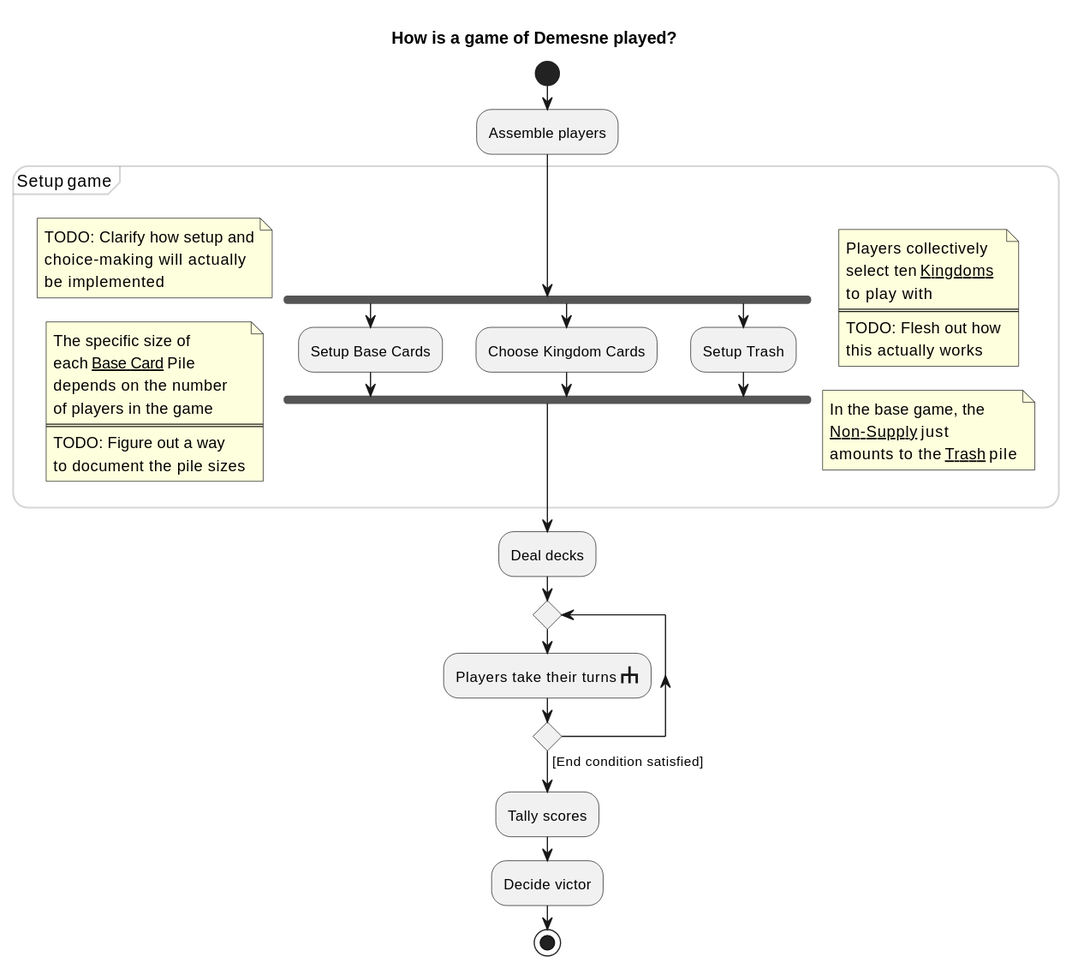
Before: diagrams/game-activity.svg, a diagram exported from PlantUML (qwwqe/demesne).
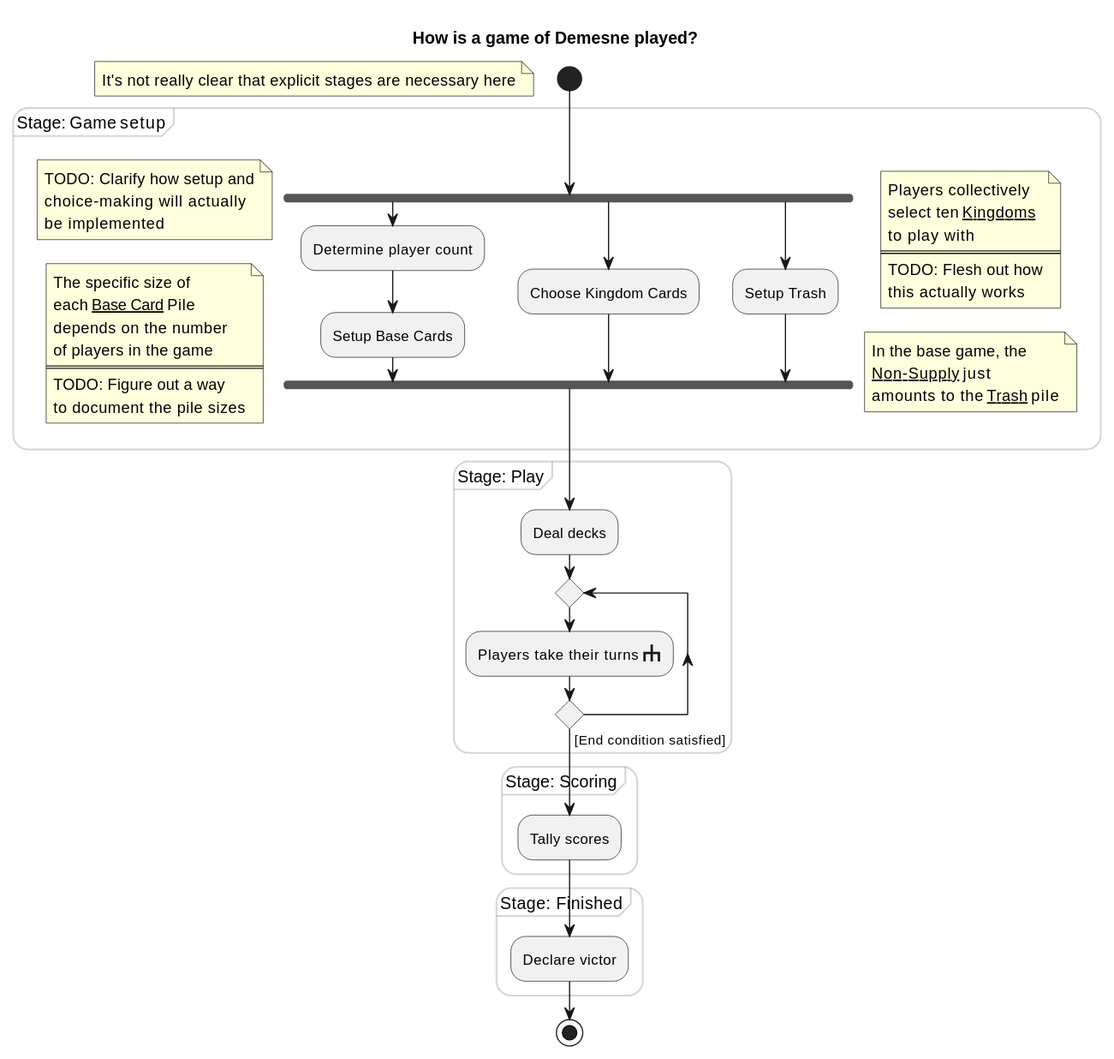
Above is the later version.

Commit message:
Elaborate on Game stages

The edit, as a diff of the source:
```diff
@@ -14,65 +14,75 @@
 
 start
 
-:Assemble players;
-
-partition "Setup [[game-class.puml {Game} game]]" {
-
-fork
-
-:Setup Base Cards;
-
-fork again
-
-:Choose Kingdom Cards;
-
-fork again
-
-:Setup Trash;
-
-end fork
-
-note left
-     TODO: Clarify how setup and
-     choice-making will actually
-     be implemented
+floating note
+    It's not really clear that explicit stages are necessary here
 end note
 
-note left
-     The specific size of
-     each ~~[[base-card-class.puml {Base Cards} Base Card]]~~ Pile
-     depends on the number
-     of players in the game
-     ====
-     TODO: Figure out a way
-     to document the pile sizes
-end note
+partition "Stage: [[game-class.puml {Game} Game]] setup" {
+	fork
 
-note right
-     Players collectively
-     select ten ~~[[kingdom-card-class.puml {Kingdom Cards} Kingdoms]]~~
-     to play with
-     ====
-     TODO: Flesh out how
-     this actually works
-end note
+	:Determine player count;
 
-note right
-     In the base game, the
-     ~~[[non-supply-class.puml {Non-Supply} Non-Supply]]~~ just
-     amounts to the ~~[[trash-pile-class.puml {Trash} Trash]]~~ pile
-end note
+	:Setup Base Cards;
+
+	fork again
+
+	:Choose Kingdom Cards;
+
+	fork again
+
+	:Setup Trash;
+
+	end fork
+
+	note left
+	     TODO: Clarify how setup and
+	     choice-making will actually
+	     be implemented
+	end note
+
+	note left
+	     The specific size of
+	     each ~~[[base-card-class.puml {Base Cards} Base Card]]~~ Pile
+	     depends on the number
+	     of players in the game
+	     ====
+	     TODO: Figure out a way
+	     to document the pile sizes
+	end note
+
+	note right
+	     Players collectively
+	     select ten ~~[[kingdom-card-class.puml {Kingdom Cards} Kingdoms]]~~
+	     to play with
+	     ====
+	     TODO: Flesh out how
+	     this actually works
+	end note
+
+	note right
+	     In the base game, the
+	     ~~[[non-supply-class.puml {Non-Supply} Non-Supply]]~~ just
+	     amounts to the ~~[[trash-pile-class.puml {Trash} Trash]]~~ pile
+	end note
 }
 
-:Deal decks;
+partition "Stage: Play" {
 
-repeat
-    :[[turn-activity.puml {How is a turn played?} Players take their turns <$subactivity_rake>]];
-repeat while () not ([End condition satisfied])
+    :Deal decks;
 
-:Tally scores;
+    repeat
+        :[[turn-activity.puml {How is a turn played?} Players take their turns <$subactivity_rake>]];
+    repeat while () not ([End condition satisfied])
+}
 
-:Decide victor;
+partition "Stage: Scoring" {
+    :Tally scores;
+}
+
+partition "Stage: Finished" {
+    :Declare victor;
+}
 
 stop
 @enduml
```
